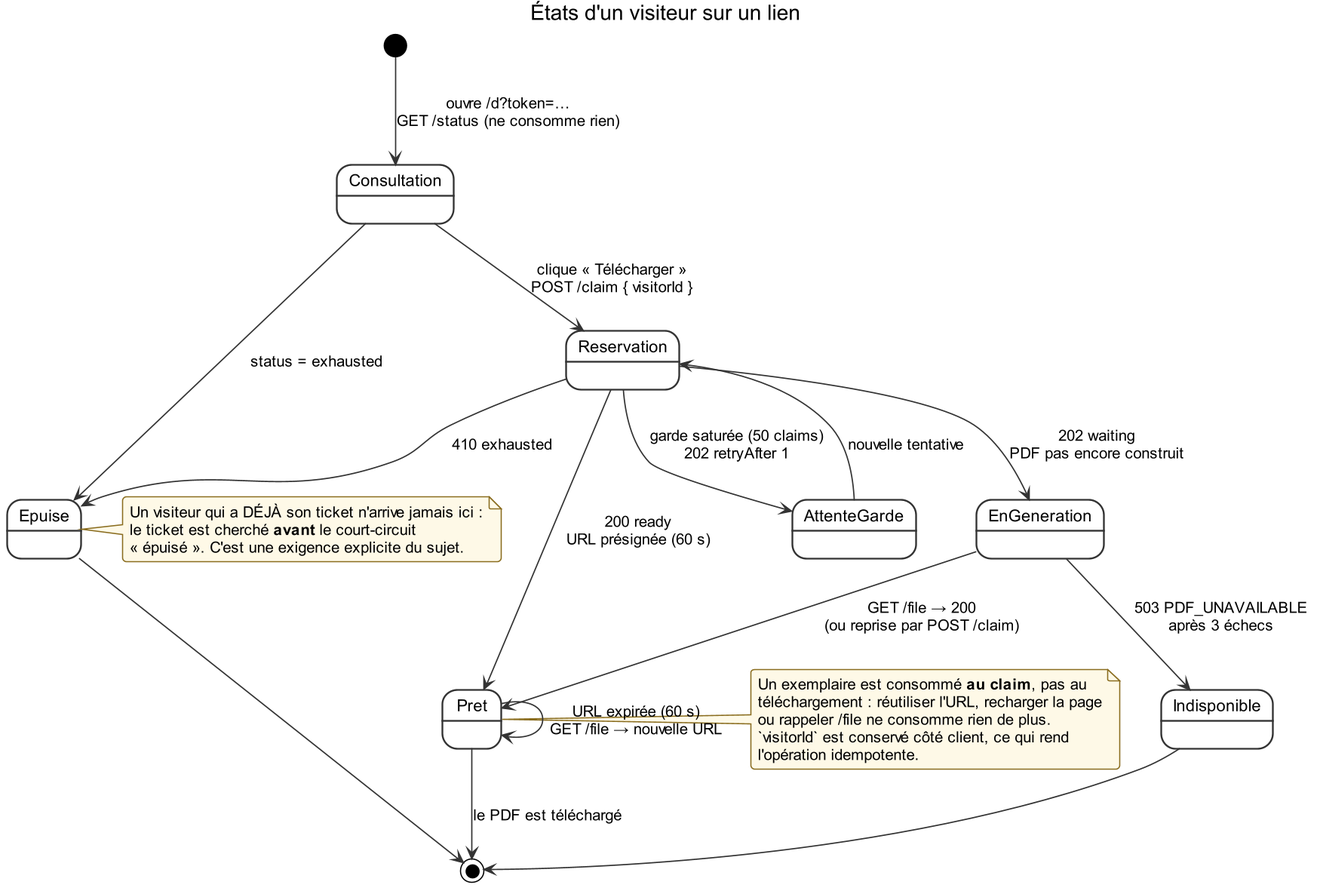
Earlier version of the PlantUML export docs/diagrammes-conception/png/08b-etats-visiteur.png (Djusse/Editeur_Partag-). Its source is kept beside it as docs/diagrammes-conception/puml/08b-etats-visiteur.puml. Its diagram source:
```plantuml
@startuml

skinparam {
  dpi 150
  defaultFontName Arial
  shadowing false
  roundcorner 6
  ArrowColor #333333
  ArrowThickness 1.1
  BackgroundColor white
  stateBackgroundColor #FFFFFF
  stateBorderColor #333333
  noteBackgroundColor #FEF9E7
  noteBorderColor #8A6D1F
}

title États d'un visiteur sur un lien

[*] --> Consultation : ouvre /d?token=…\nGET /status (ne consomme rien)
Consultation --> Epuise : status = exhausted
Consultation --> Reservation : clique « Télécharger »\nPOST /claim { visitorId }

Reservation --> AttenteGarde : garde saturée (50 claims)\n202 retryAfter 1
AttenteGarde --> Reservation : nouvelle tentative

Reservation --> Epuise : 410 exhausted
Reservation --> EnGeneration : 202 waiting\nPDF pas encore construit
Reservation --> Pret : 200 ready\nURL présignée (60 s)

EnGeneration --> Pret : GET /file → 200\n(ou reprise par POST /claim)
EnGeneration --> Indisponible : 503 PDF_UNAVAILABLE\naprès 3 échecs

Pret --> Pret : URL expirée (60 s)\nGET /file → nouvelle URL
Pret --> [*] : le PDF est téléchargé

Epuise --> [*]
Indisponible --> [*]

note right of Pret
  Un exemplaire est consommé **au claim**, pas au
  téléchargement : réutiliser l'URL, recharger la page
  ou rappeler /file ne consomme rien de plus.
  `visitorId` est conservé côté client, ce qui rend
  l'opération idempotente.
end note

note right of Epuise
  Un visiteur qui a DÉJÀ son ticket n'arrive jamais ici :
  le ticket est cherché **avant** le court-circuit
  « épuisé ». C'est une exigence explicite du sujet.
end note

@enduml
```
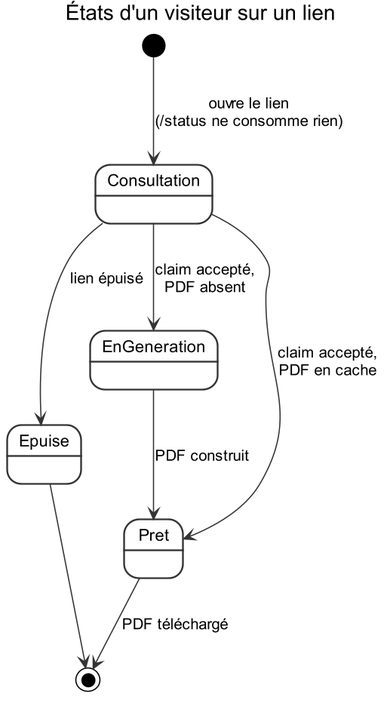
Above is the later version.

What changed in the source:
```diff
@@ -6,48 +6,19 @@
   shadowing false
   roundcorner 6
   ArrowColor #333333
-  ArrowThickness 1.1
   BackgroundColor white
   stateBackgroundColor #FFFFFF
   stateBorderColor #333333
-  noteBackgroundColor #FEF9E7
-  noteBorderColor #8A6D1F
 }
 
 title États d'un visiteur sur un lien
 
-[*] --> Consultation : ouvre /d?token=…\nGET /status (ne consomme rien)
-Consultation --> Epuise : status = exhausted
-Consultation --> Reservation : clique « Télécharger »\nPOST /claim { visitorId }
-
-Reservation --> AttenteGarde : garde saturée (50 claims)\n202 retryAfter 1
-AttenteGarde --> Reservation : nouvelle tentative
-
-Reservation --> Epuise : 410 exhausted
-Reservation --> EnGeneration : 202 waiting\nPDF pas encore construit
-Reservation --> Pret : 200 ready\nURL présignée (60 s)
-
-EnGeneration --> Pret : GET /file → 200\n(ou reprise par POST /claim)
-EnGeneration --> Indisponible : 503 PDF_UNAVAILABLE\naprès 3 échecs
-
-Pret --> Pret : URL expirée (60 s)\nGET /file → nouvelle URL
-Pret --> [*] : le PDF est téléchargé
-
+[*] --> Consultation : ouvre le lien\n(/status ne consomme rien)
+Consultation --> Epuise : lien épuisé
+Consultation --> EnGeneration : claim accepté,\nPDF absent
+Consultation --> Pret : claim accepté,\nPDF en cache
+EnGeneration --> Pret : PDF construit
+Pret --> [*] : PDF téléchargé
 Epuise --> [*]
-Indisponible --> [*]
-
-note right of Pret
-  Un exemplaire est consommé **au claim**, pas au
-  téléchargement : réutiliser l'URL, recharger la page
-  ou rappeler /file ne consomme rien de plus.
-  `visitorId` est conservé côté client, ce qui rend
-  l'opération idempotente.
-end note
-
-note right of Epuise
-  Un visiteur qui a DÉJÀ son ticket n'arrive jamais ici :
-  le ticket est cherché **avant** le court-circuit
-  « épuisé ». C'est une exigence explicite du sujet.
-end note
 
 @enduml
```
